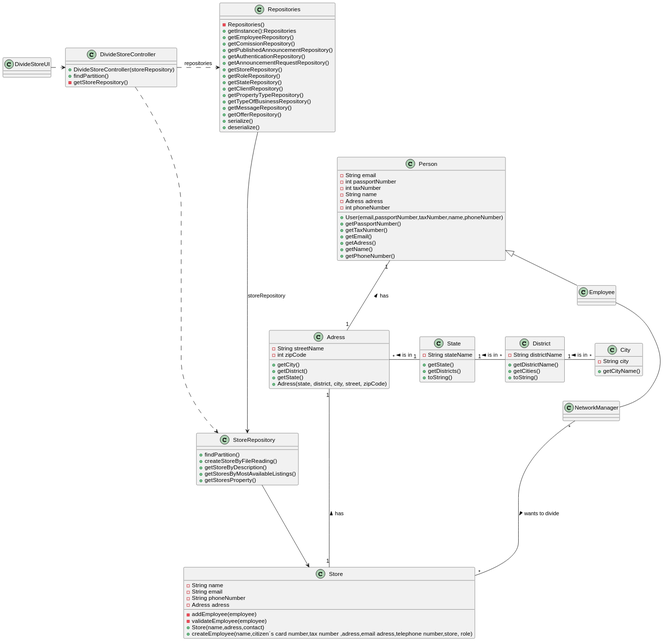
Earlier version of the PlantUML export docs/sprintD/US019/03.design/svg/us19-class-diagram.svg (PureNimble/ISEP-LAPR2). The source it was exported from:
```plantuml
@startuml
class DivideStoreUI{
}


class Repositories{
-Repositories()
+getInstance():Repositories
+getEmployeeRepository()
+getComissionRepository()
+getPublishedAnnouncementRepository()
+getAuthenticationRepository()
+getAnnouncementRequestRepository()
+getStoreRepository()
+getRoleRepository()
+getStateRepository()
+getClientRepository()
+getPropertyTypeRepository()
+getTypeOfBusinessRepository()
+getMessageRepository()
+getOfferRepository()
+serialize()
+deserialize()
}


class DivideStoreController {
    + DivideStoreController(storeRepository)
    + findPartition()
    - getStoreRepository()

}


class Person{
- String email
- int passportNumber
- int taxNumber
- String name
- Adress adress
- int phoneNumber

+User(email,passportNumber,taxNumber,name,phoneNumber)
+getPassportNumber()
+getTaxNumber()
+getEmail()
+getAdress()
+getName()
+getPhoneNumber()
}


class Adress{
 -String streetName
    -int zipCode
    +getCity()
    +getDistrict()
    +getState()
    +Adress(state, district, city, street, zipCode)
}

class State{
 - String stateName

    +getState()
    +getDistricts()
    +toString()

}

class District{
- String districtName


    +getDistrictName()
    +getCities()
    +toString()
}

class City{
- String city

    +getCityName()
}

class Store{
-String name
-String email
-String phoneNumber
-Adress adress
-addEmployee(employee)
-validateEmployee(employee)
+Store(name,adress,contact)
+createEmployee(name,citizen´s card number,tax number ,adress,email adress,telephone number,store, role)
}

class StoreRepository {
   +findPartition()
   +createStoreByFileReading()
   +getStoreByDescription()
   +getStoresByMostAvailableListings()
   +getStoresProperty()
}

StoreRepository ----> Store


DivideStoreController .> StoreRepository

Repositories -----> StoreRepository: storeRepository


DivideStoreUI .> DivideStoreController

DivideStoreController .> Repositories: repositories

Person <|-- Employee
Employee -- NetworkManager

Person "1" --- "1" Adress: has <
State "1" -right-- "*" District: is in <
District "1" -right-- "*" City: is in <
Adress "*" -right-- "1" State: is in <

Adress "1" ----- "1" Store : has <

NetworkManager"*" - "*" Store: wants to divide >
@enduml
```
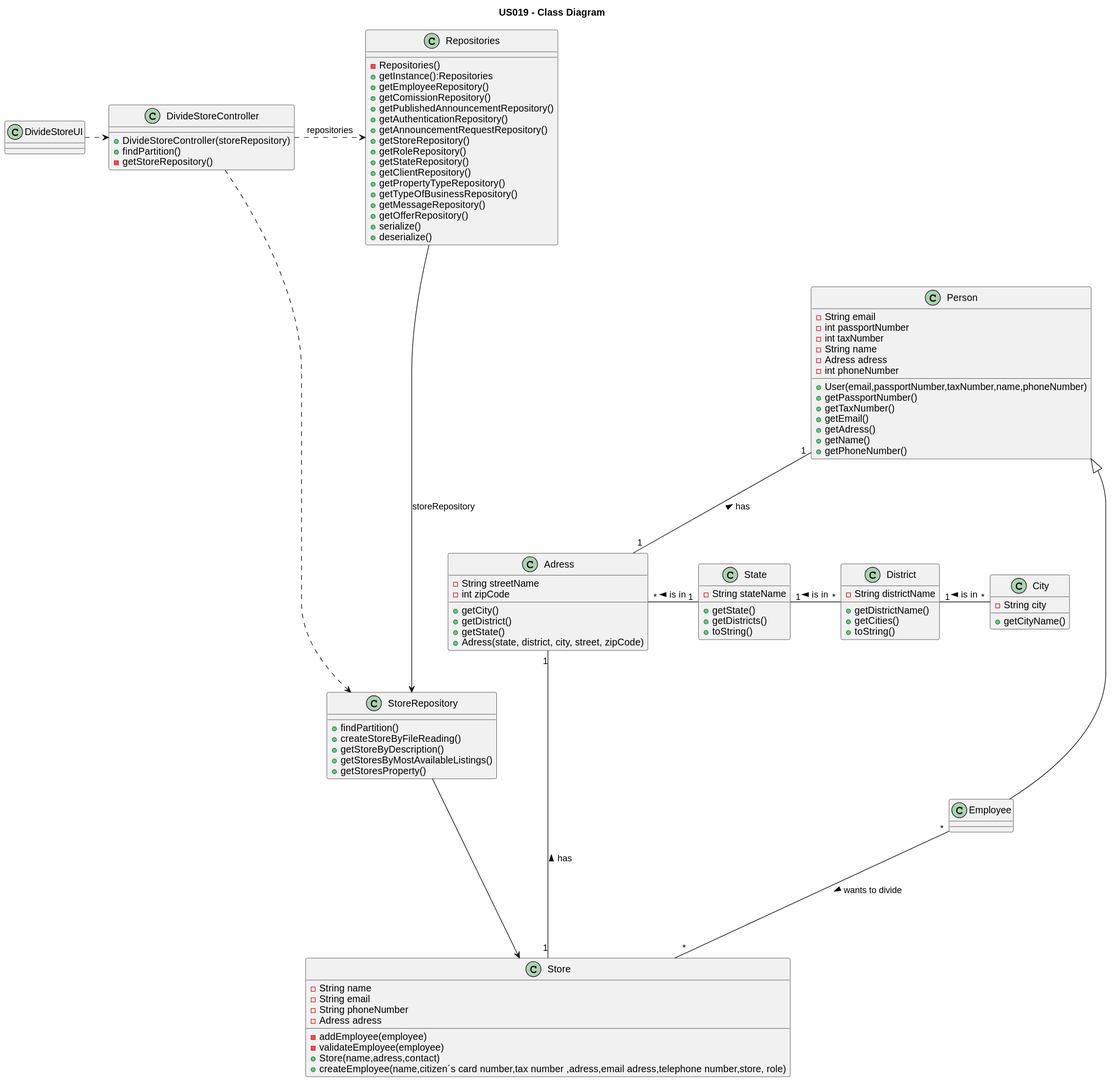
After the change.

The edit, as a diff of the source:
```diff
@@ -1,4 +1,8 @@
 @startuml
+title US019 - Class Diagram
+
+
+
 class DivideStoreUI{
 }
 
@@ -114,8 +118,8 @@
 
 DivideStoreController .> Repositories: repositories
 
-Person <|-- Employee
-Employee -- NetworkManager
+Person <|---- Employee
+
 
 Person "1" --- "1" Adress: has <
 State "1" -right-- "*" District: is in <
@@ -124,5 +128,5 @@
 
 Adress "1" ----- "1" Store : has <
 
-NetworkManager"*" - "*" Store: wants to divide >
+Employee"*" - "*" Store: wants to divide >
 @enduml
```
